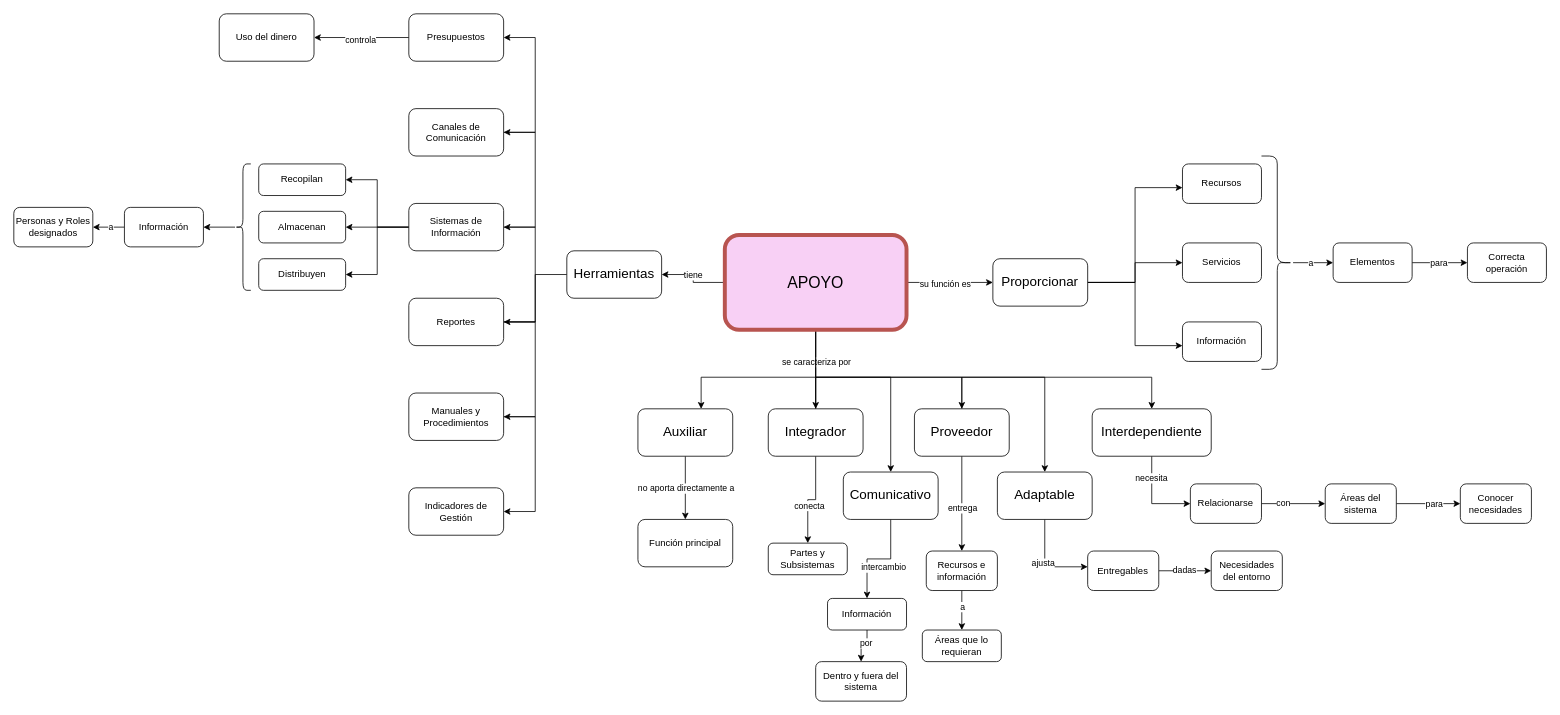
Before: Apoyo.drawio in HanaU3U/ciencias1, a draw.io diagram. Source tidied: cells renumbered, new cells numbered last; positions are measured from the earlier drawing's top-left corner, leaving out a move shared by most shapes. Both pictures are drawn from the tidied source at 79%, with x=0, y=0 at pixel (13, 13).
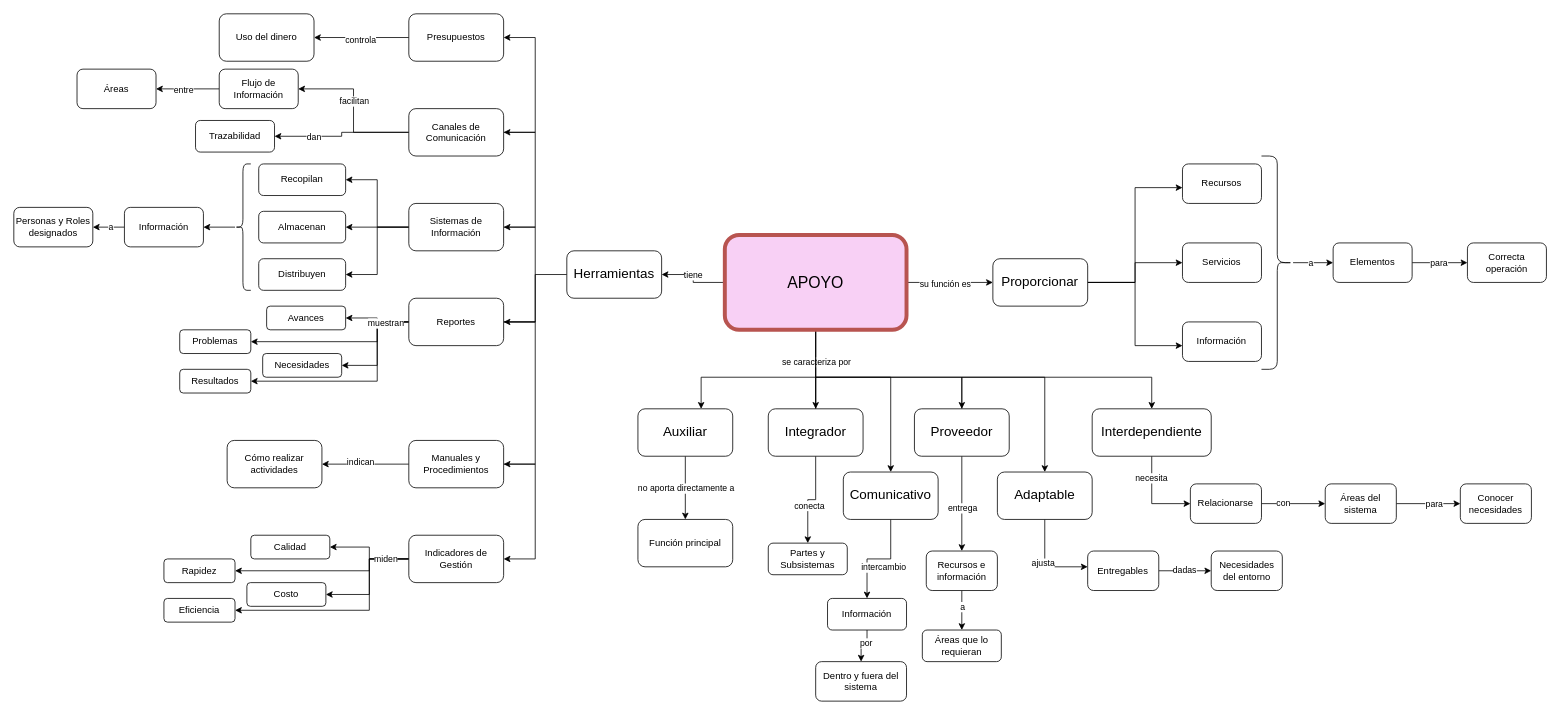
The same page after the edit.

Unchanged cells that the change refers to:
```xml
<mxCell id="73" value="Canales de Comunicación" style="rounded=1;whiteSpace=wrap;html=1;" parent="1" vertex="1">
  <mxGeometry x="500" y="120" width="120" height="60" as="geometry" />
</mxCell>
<mxCell id="81" value="Reportes" style="rounded=1;whiteSpace=wrap;html=1;" parent="1" vertex="1">
  <mxGeometry x="500" y="360" width="120" height="60" as="geometry" />
</mxCell>
```

The edit, as a diff of the source:
```diff
@@
+    <mxCell id="95" style="edgeStyle=orthogonalEdgeStyle;rounded=0;jettySize=auto;html=1;" parent="1" edge="1" source="73" target="122">
+      <mxGeometry relative="1" as="geometry" />
+    </mxCell>
+    <mxCell id="96" value="facilitan" style="edgeLabel;html=1;align=center;verticalAlign=middle;" parent="95" vertex="1">
+      <mxGeometry x="-0.03" relative="1" as="geometry">
+        <mxPoint y="-15" as="offset" />
+      </mxGeometry>
+    </mxCell>
+    <mxCell id="97" style="edgeStyle=orthogonalEdgeStyle;rounded=0;jettySize=auto;html=1;" parent="1" edge="1" source="73" target="124">
+      <mxGeometry relative="1" as="geometry" />
+    </mxCell>
+    <mxCell id="98" value="dan" style="edgeLabel;html=1;align=center;verticalAlign=middle;" parent="97" vertex="1">
+      <mxGeometry x="0.44" relative="1" as="geometry" />
+    </mxCell>
@@
     <mxCell id="79" style="edgeStyle=orthogonalEdgeStyle;rounded=0;jettySize=auto;html=1;" parent="1" edge="1" source="81" target="83">
       <mxGeometry relative="1" as="geometry">
         <Array as="points">
           <mxPoint x="660" y="390" />
-          <mxPoint x="660" y="510" />
+          <mxPoint x="660" y="570" />
         </Array>
       </mxGeometry>
     </mxCell>
@@
+    <mxCell id="99" style="edgeStyle=orthogonalEdgeStyle;rounded=0;jettySize=auto;html=1;" parent="1" edge="1" source="81" target="111">
+      <mxGeometry relative="1" as="geometry" />
+    </mxCell>
+    <mxCell id="100" style="edgeStyle=orthogonalEdgeStyle;rounded=0;jettySize=auto;html=1;" parent="1" edge="1" source="81" target="112">
+      <mxGeometry relative="1" as="geometry">
+        <Array as="points">
+          <mxPoint x="460" y="390" />
+          <mxPoint x="460" y="415" />
+        </Array>
+      </mxGeometry>
+    </mxCell>
+    <mxCell id="101" style="edgeStyle=orthogonalEdgeStyle;rounded=0;jettySize=auto;html=1;" parent="1" edge="1" source="81" target="113">
+      <mxGeometry relative="1" as="geometry">
+        <Array as="points">
+          <mxPoint x="460" y="390" />
+          <mxPoint x="460" y="445" />
+        </Array>
+      </mxGeometry>
+    </mxCell>
+    <mxCell id="102" style="edgeStyle=orthogonalEdgeStyle;rounded=0;jettySize=auto;html=1;" parent="1" edge="1" source="81" target="114">
+      <mxGeometry relative="1" as="geometry">
+        <Array as="points">
+          <mxPoint x="460" y="390" />
+          <mxPoint x="460" y="465" />
+        </Array>
+      </mxGeometry>
+    </mxCell>
+    <mxCell id="103" value="muestran" style="edgeLabel;html=1;align=center;verticalAlign=middle;" parent="102" vertex="1">
+      <mxGeometry x="-0.24" y="1" relative="1" as="geometry">
+        <mxPoint x="9" y="-64" as="offset" />
+      </mxGeometry>
+    </mxCell>
@@
     <mxCell id="82" style="edgeStyle=orthogonalEdgeStyle;rounded=0;jettySize=auto;html=1;" parent="1" edge="1" source="83" target="84">
       <mxGeometry relative="1" as="geometry">
         <Array as="points">
-          <mxPoint x="660" y="510" />
-          <mxPoint x="660" y="630" />
+          <mxPoint x="660" y="570" />
+          <mxPoint x="660" y="690" />
         </Array>
       </mxGeometry>
     </mxCell>
+    <mxCell id="104" style="edgeStyle=orthogonalEdgeStyle;rounded=0;jettySize=auto;html=1;" parent="1" edge="1" source="83" target="115">
+      <mxGeometry relative="1" as="geometry" />
+    </mxCell>
+    <mxCell id="105" value="indican" style="edgeLabel;html=1;align=center;verticalAlign=middle;" parent="104" vertex="1">
+      <mxGeometry x="0.13" y="-3" relative="1" as="geometry" />
+    </mxCell>
     <mxCell id="83" value="Manuales y Procedimientos" style="rounded=1;whiteSpace=wrap;html=1;" parent="1" vertex="1">
-      <mxGeometry x="500" y="480" width="120" height="60" as="geometry" />
+      <mxGeometry x="500" y="540" width="120" height="60" as="geometry" />
     </mxCell>
+    <mxCell id="106" style="edgeStyle=orthogonalEdgeStyle;rounded=0;jettySize=auto;html=1;" parent="1" edge="1" source="84" target="116">
+      <mxGeometry relative="1" as="geometry" />
+    </mxCell>
+    <mxCell id="107" style="edgeStyle=orthogonalEdgeStyle;rounded=0;jettySize=auto;html=1;" parent="1" edge="1" source="84" target="117">
+      <mxGeometry relative="1" as="geometry">
+        <Array as="points">
+          <mxPoint x="450" y="690" />
+          <mxPoint x="450" y="705" />
+        </Array>
+      </mxGeometry>
+    </mxCell>
+    <mxCell id="108" style="edgeStyle=orthogonalEdgeStyle;rounded=0;jettySize=auto;html=1;" parent="1" edge="1" source="84" target="118">
+      <mxGeometry relative="1" as="geometry">
+        <Array as="points">
+          <mxPoint x="450" y="690" />
+          <mxPoint x="450" y="735" />
+        </Array>
+      </mxGeometry>
+    </mxCell>
+    <mxCell id="109" style="edgeStyle=orthogonalEdgeStyle;rounded=0;jettySize=auto;html=1;" parent="1" edge="1" source="84" target="119">
+      <mxGeometry relative="1" as="geometry">
+        <Array as="points">
+          <mxPoint x="450" y="690" />
+          <mxPoint x="450" y="755" />
+        </Array>
+      </mxGeometry>
+    </mxCell>
+    <mxCell id="110" value="miden" style="edgeLabel;html=1;align=center;verticalAlign=middle;" parent="109" vertex="1">
+      <mxGeometry x="-0.24" relative="1" as="geometry">
+        <mxPoint x="20" y="-58" as="offset" />
+      </mxGeometry>
+    </mxCell>
     <mxCell id="84" value="Indicadores de Gestión" style="rounded=1;whiteSpace=wrap;html=1;" parent="1" vertex="1">
-      <mxGeometry x="500" y="600" width="120" height="60" as="geometry" />
+      <mxGeometry x="500" y="660" width="120" height="60" as="geometry" />
     </mxCell>
@@
+    <mxCell id="111" value="Avances" style="rounded=1;whiteSpace=wrap;html=1;" parent="1" vertex="1">
+      <mxGeometry x="320" y="370" width="100" height="30" as="geometry" />
+    </mxCell>
+    <mxCell id="112" value="Problemas" style="rounded=1;whiteSpace=wrap;html=1;" parent="1" vertex="1">
+      <mxGeometry x="210" y="400" width="90" height="30" as="geometry" />
+    </mxCell>
+    <mxCell id="113" value="Necesidades" style="rounded=1;whiteSpace=wrap;html=1;" parent="1" vertex="1">
+      <mxGeometry x="315" y="430" width="100" height="30" as="geometry" />
+    </mxCell>
+    <mxCell id="114" value="Resultados" style="rounded=1;whiteSpace=wrap;html=1;" parent="1" vertex="1">
+      <mxGeometry x="210" y="450" width="90" height="30" as="geometry" />
+    </mxCell>
+    <mxCell id="115" value="Cómo realizar actividades" style="rounded=1;whiteSpace=wrap;html=1;" parent="1" vertex="1">
+      <mxGeometry x="270" y="540" width="120" height="60" as="geometry" />
+    </mxCell>
+    <mxCell id="116" value="Calidad" style="rounded=1;whiteSpace=wrap;html=1;" parent="1" vertex="1">
+      <mxGeometry x="300" y="660" width="100" height="30" as="geometry" />
+    </mxCell>
+    <mxCell id="117" value="Rapidez" style="rounded=1;whiteSpace=wrap;html=1;" parent="1" vertex="1">
+      <mxGeometry x="190" y="690" width="90" height="30" as="geometry" />
+    </mxCell>
+    <mxCell id="118" value="Costo" style="rounded=1;whiteSpace=wrap;html=1;" parent="1" vertex="1">
+      <mxGeometry x="295" y="720" width="100" height="30" as="geometry" />
+    </mxCell>
+    <mxCell id="119" value="Eficiencia" style="rounded=1;whiteSpace=wrap;html=1;" parent="1" vertex="1">
+      <mxGeometry x="190" y="740" width="90" height="30" as="geometry" />
+    </mxCell>
+    <mxCell id="120" style="edgeStyle=orthogonalEdgeStyle;rounded=0;jettySize=auto;html=1;" parent="1" edge="1" source="122" target="123">
+      <mxGeometry relative="1" as="geometry" />
+    </mxCell>
+    <mxCell id="121" value="entre" style="edgeLabel;html=1;align=center;verticalAlign=middle;" parent="120" vertex="1">
+      <mxGeometry x="0.14" y="1" relative="1" as="geometry" />
+    </mxCell>
+    <mxCell id="122" value="Flujo de Información" style="rounded=1;whiteSpace=wrap;html=1;" parent="1" vertex="1">
+      <mxGeometry x="260" y="70" width="100" height="50" as="geometry" />
+    </mxCell>
+    <mxCell id="123" value="Áreas" style="rounded=1;whiteSpace=wrap;html=1;" parent="1" vertex="1">
+      <mxGeometry x="80" y="70" width="100" height="50" as="geometry" />
+    </mxCell>
+    <mxCell id="124" value="Trazabilidad" style="rounded=1;whiteSpace=wrap;html=1;" parent="1" vertex="1">
+      <mxGeometry x="230" y="135" width="100" height="40" as="geometry" />
+    </mxCell>
```
